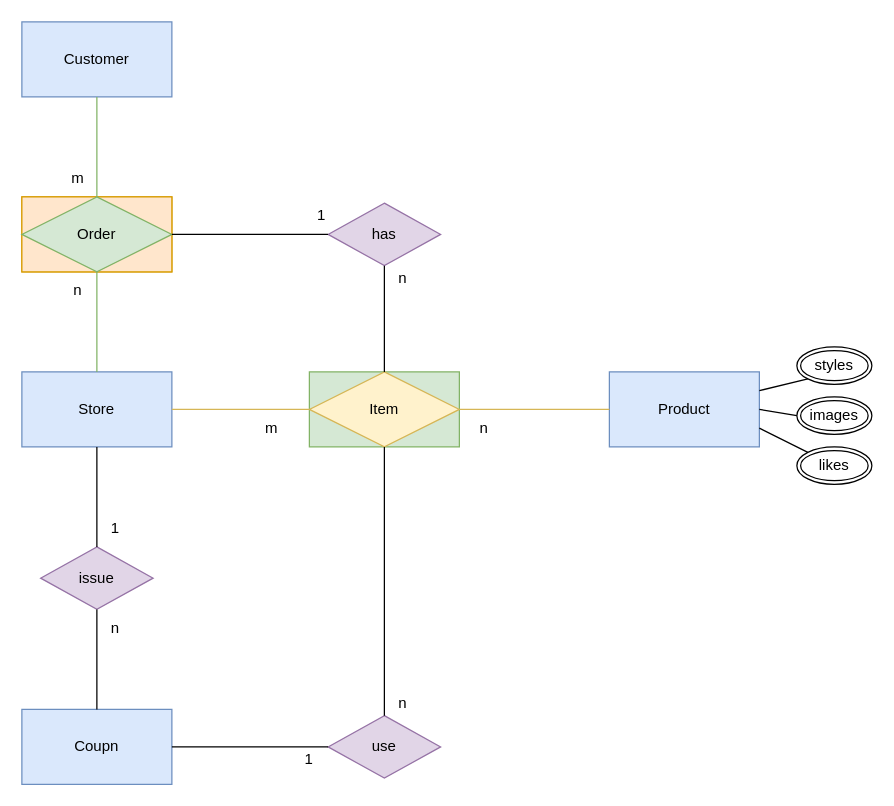
Above: doc/model.drawio in mirror520/rs (draw.io), before the change. Source tidied: cells renumbered, new cells numbered last; positions are measured from the earlier drawing's top-left corner, leaving out a move shared by most shapes. Both pictures are drawn from the tidied source at 125%, with x=0, y=0 at pixel (21, 21).
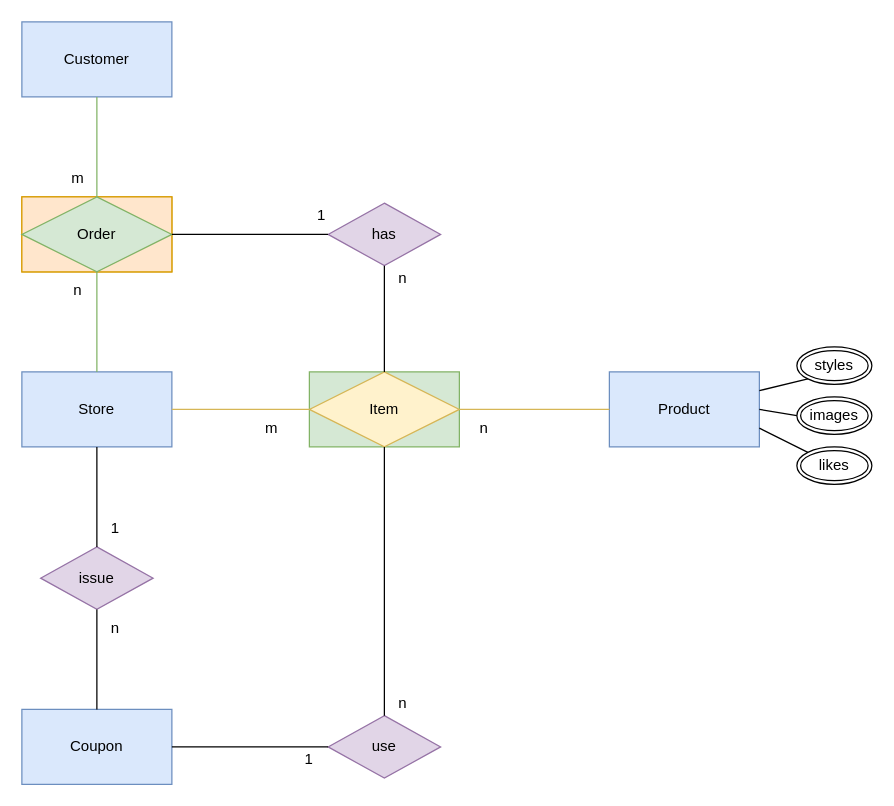
After the change.

Diff of the diagram source:
```diff
@@
-    <mxCell id="11" value="Coupn" style="rounded=0;whiteSpace=wrap;html=1;fillColor=#dae8fc;strokeColor=#6c8ebf;" parent="1" vertex="1">
+    <mxCell id="11" value="Coupon" style="rounded=0;whiteSpace=wrap;html=1;fillColor=#dae8fc;strokeColor=#6c8ebf;" parent="1" vertex="1">
       <mxGeometry y="550" width="120" height="60" as="geometry" />
     </mxCell>
```
